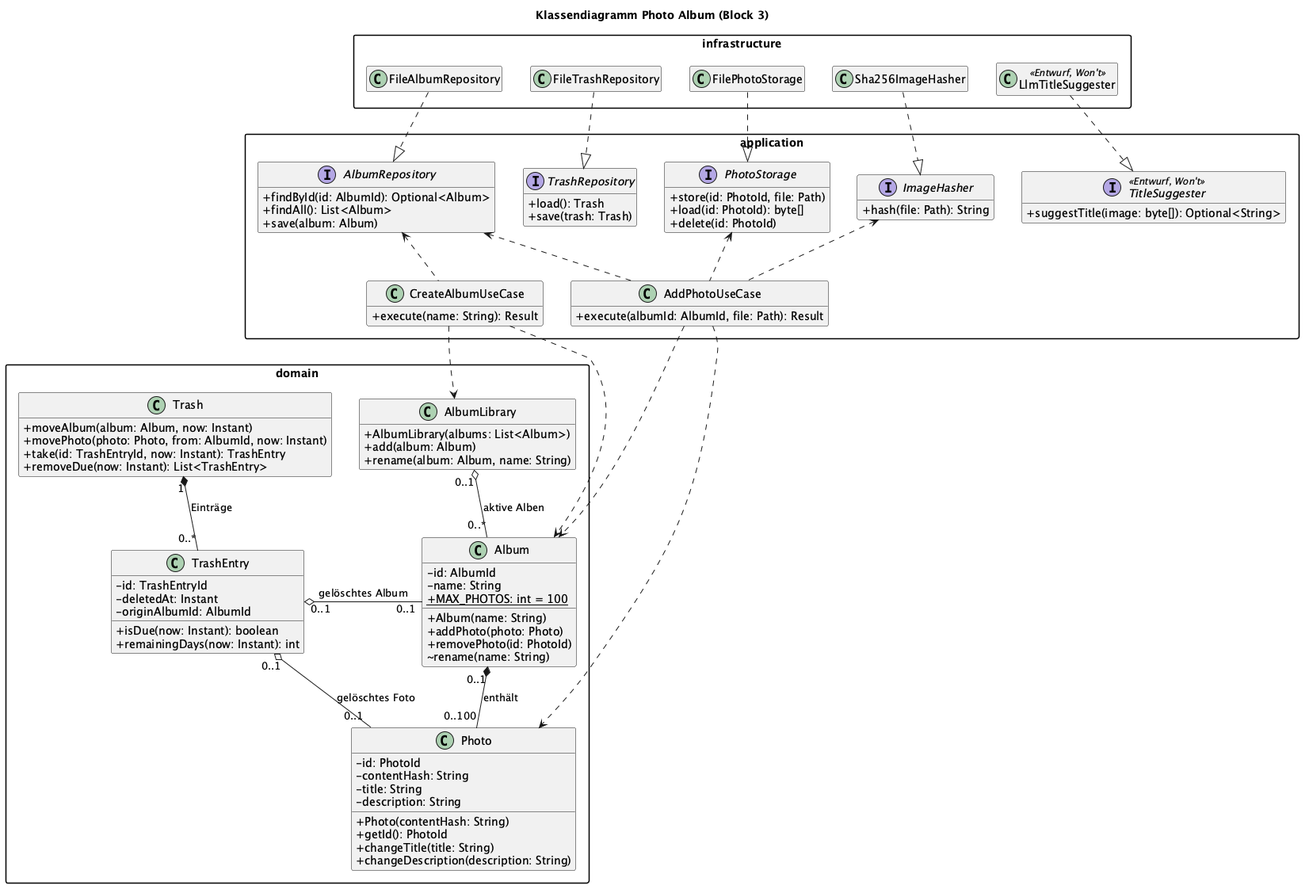
Earlier version of the PlantUML export docs/design/klassendiagramm.png (felix-henry/photo-album-projekt).
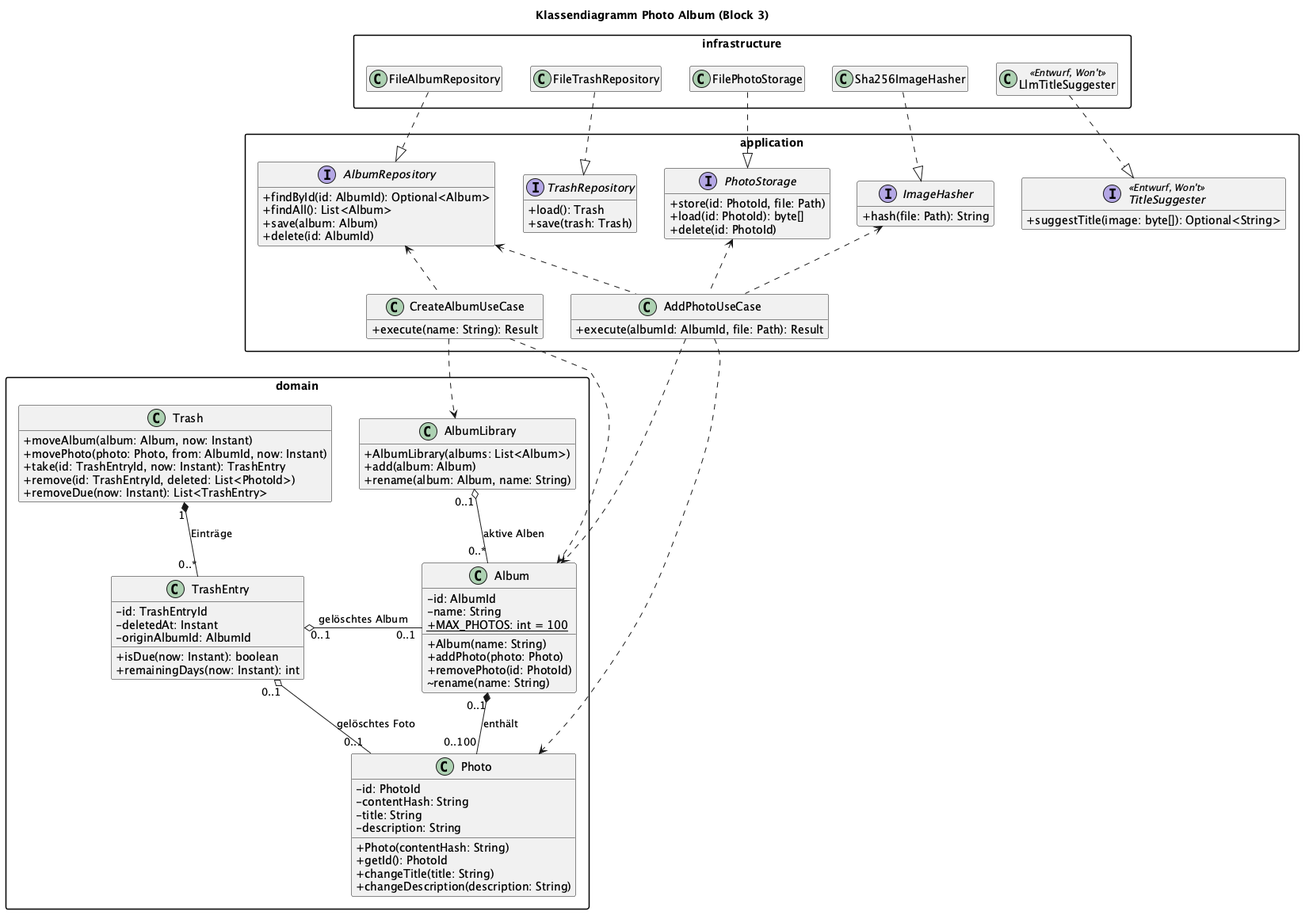
The same file after the commit.

What changed in the source:
```diff
@@ -18,6 +18,7 @@
     +findById(id: AlbumId): Optional<Album>
     +findAll(): List<Album>
     +save(album: Album)
+    +delete(id: AlbumId)
   }
   interface TrashRepository {
     +load(): Trash
@@ -71,6 +72,7 @@
     +moveAlbum(album: Album, now: Instant)
     +movePhoto(photo: Photo, from: AlbumId, now: Instant)
     +take(id: TrashEntryId, now: Instant): TrashEntry
+    +remove(id: TrashEntryId, deleted: List<PhotoId>)
     +removeDue(now: Instant): List<TrashEntry>
   }
   class TrashEntry {
```
